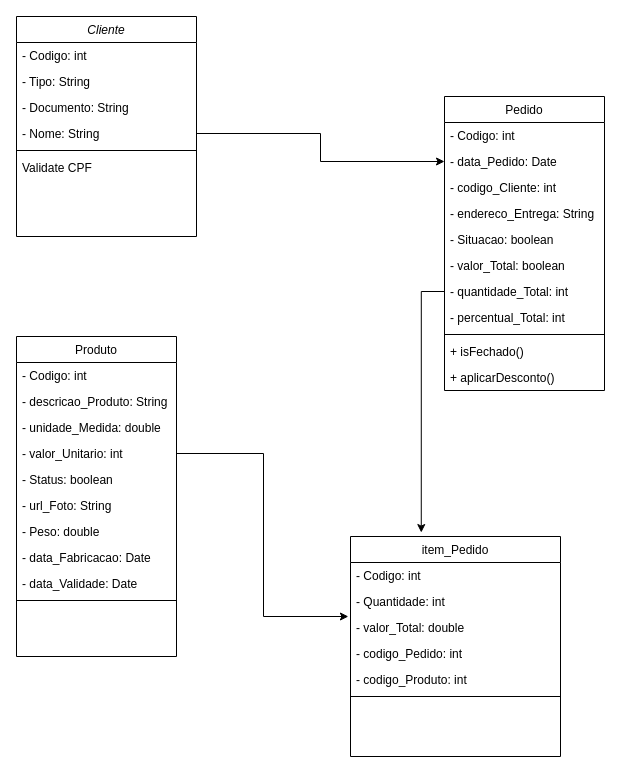
Before: Modelagem/UML.drawio in anamelotm/Chocolate-ponto-e-virgula, a draw.io diagram. Source tidied: cells renumbered, new cells numbered last; positions are measured from the earlier drawing's top-left corner, leaving out a move shared by most shapes. Both pictures are drawn from the tidied source at 100%, with x=0, y=0 at pixel (16, 16).
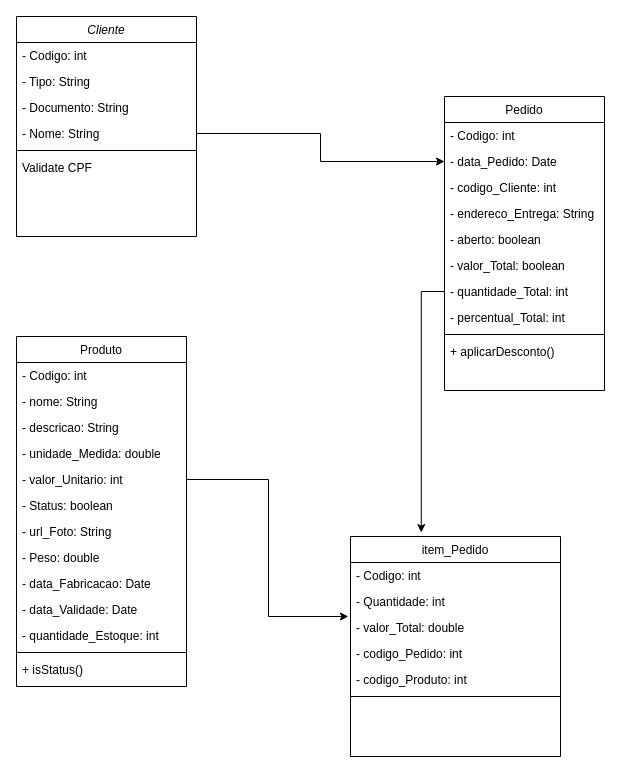
After the change.

Commit message:
Atualização da Modelagem - UML

Unchanged cells that the change refers to:
```xml
<mxCell id="27" value="Pedido" style="swimlane;fontStyle=0;align=center;verticalAlign=top;horizontal=1;startSize=26;rounded=0;shadow=0;strokeWidth=1;" parent="1" vertex="1">
  <mxGeometry x="428" y="80" width="160" height="294" as="geometry" />
</mxCell>
```

Change to the diagram source:
```diff
@@
     <mxCell id="9" value="Produto" style="swimlane;fontStyle=0;align=center;verticalAlign=top;horizontal=1;startSize=26;rounded=0;shadow=0;strokeWidth=1;" parent="1" vertex="1">
-      <mxGeometry y="320" width="160" height="320" as="geometry" />
+      <mxGeometry y="320" width="170" height="350" as="geometry" />
     </mxCell>
     <mxCell id="10" value="- Codigo: int" style="text;align=left;verticalAlign=top;spacingLeft=4;spacingRight=4;overflow=hidden;" parent="9" vertex="1">
-      <mxGeometry y="26" width="160" height="26" as="geometry" />
+      <mxGeometry y="26" width="170" height="26" as="geometry" />
     </mxCell>
+    <mxCell id="42" value="- nome: String" style="text;align=left;verticalAlign=top;spacingLeft=4;spacingRight=4;overflow=hidden;" parent="9" vertex="1">
+      <mxGeometry y="52" width="170" height="26" as="geometry" />
+    </mxCell>
-    <mxCell id="11" value="- descricao_Produto: String" style="text;align=left;verticalAlign=top;spacingLeft=4;spacingRight=4;overflow=hidden;" parent="9" vertex="1">
-      <mxGeometry y="52" width="160" height="26" as="geometry" />
+    <mxCell id="11" value="- descricao: String" style="text;align=left;verticalAlign=top;spacingLeft=4;spacingRight=4;overflow=hidden;" parent="9" vertex="1">
+      <mxGeometry y="78" width="170" height="26" as="geometry" />
     </mxCell>
     <mxCell id="12" value="- unidade_Medida: double" style="text;align=left;verticalAlign=top;spacingLeft=4;spacingRight=4;overflow=hidden;" parent="9" vertex="1">
-      <mxGeometry y="78" width="160" height="26" as="geometry" />
+      <mxGeometry y="104" width="170" height="26" as="geometry" />
     </mxCell>
     <mxCell id="13" value="- valor_Unitario: int" style="text;align=left;verticalAlign=top;spacingLeft=4;spacingRight=4;overflow=hidden;points=[[0,0.5],[1,0.5]];portConstraint=eastwest;" parent="9" vertex="1">
-      <mxGeometry y="104" width="160" height="26" as="geometry" />
+      <mxGeometry y="130" width="170" height="26" as="geometry" />
     </mxCell>
     <mxCell id="14" value="- Status: boolean" style="text;align=left;verticalAlign=top;spacingLeft=4;spacingRight=4;overflow=hidden;" parent="9" vertex="1">
-      <mxGeometry y="130" width="160" height="26" as="geometry" />
+      <mxGeometry y="156" width="170" height="26" as="geometry" />
     </mxCell>
     <mxCell id="15" value="- url_Foto: String" style="text;align=left;verticalAlign=top;spacingLeft=4;spacingRight=4;overflow=hidden;" parent="9" vertex="1">
-      <mxGeometry y="156" width="160" height="26" as="geometry" />
+      <mxGeometry y="182" width="170" height="26" as="geometry" />
     </mxCell>
     <mxCell id="16" value="- Peso: double" style="text;align=left;verticalAlign=top;spacingLeft=4;spacingRight=4;overflow=hidden;" parent="9" vertex="1">
-      <mxGeometry y="182" width="160" height="26" as="geometry" />
+      <mxGeometry y="208" width="170" height="26" as="geometry" />
     </mxCell>
     <mxCell id="17" value="- data_Fabricacao: Date" style="text;align=left;verticalAlign=top;spacingLeft=4;spacingRight=4;overflow=hidden;" parent="9" vertex="1">
-      <mxGeometry y="208" width="160" height="26" as="geometry" />
+      <mxGeometry y="234" width="170" height="26" as="geometry" />
     </mxCell>
     <mxCell id="18" value="- data_Validade: Date" style="text;align=left;verticalAlign=top;spacingLeft=4;spacingRight=4;overflow=hidden;" parent="9" vertex="1">
-      <mxGeometry y="234" width="160" height="26" as="geometry" />
+      <mxGeometry y="260" width="170" height="26" as="geometry" />
     </mxCell>
+    <mxCell id="43" value="- quantidade_Estoque: int" style="text;align=left;verticalAlign=top;spacingLeft=4;spacingRight=4;overflow=hidden;" parent="9" vertex="1">
+      <mxGeometry y="286" width="170" height="26" as="geometry" />
+    </mxCell>
     <mxCell id="19" style="line;html=1;strokeWidth=1;align=left;verticalAlign=middle;spacingTop=-1;spacingLeft=3;spacingRight=3;labelPosition=right;" parent="9" vertex="1">
-      <mxGeometry y="260" width="160" height="8" as="geometry" />
+      <mxGeometry y="312" width="170" height="8" as="geometry" />
     </mxCell>
+    <mxCell id="44" value="+ isStatus()" style="text;align=left;verticalAlign=top;spacingLeft=4;spacingRight=4;overflow=hidden;" parent="9" vertex="1">
+      <mxGeometry y="320" width="170" height="26" as="geometry" />
+    </mxCell>
@@
-    <mxCell id="32" value="- Situacao: boolean" style="text;align=left;verticalAlign=top;spacingLeft=4;spacingRight=4;overflow=hidden;rounded=0;shadow=0;html=0;" parent="27" vertex="1">
+    <mxCell id="32" value="- aberto: boolean" style="text;align=left;verticalAlign=top;spacingLeft=4;spacingRight=4;overflow=hidden;rounded=0;shadow=0;html=0;" parent="27" vertex="1">
       <mxGeometry y="130" width="160" height="26" as="geometry" />
     </mxCell>
@@
-    <mxCell id="37" value="+ isFechado()" style="text;align=left;verticalAlign=top;spacingLeft=4;spacingRight=4;overflow=hidden;" parent="27" vertex="1">
-      <mxGeometry y="242" width="160" height="26" as="geometry" />
-    </mxCell>
     <mxCell id="38" value="+ aplicarDesconto()" style="text;align=left;verticalAlign=top;spacingLeft=4;spacingRight=4;overflow=hidden;" parent="27" vertex="1">
-      <mxGeometry y="268" width="160" height="26" as="geometry" />
+      <mxGeometry y="242" width="160" height="26" as="geometry" />
     </mxCell>
```
